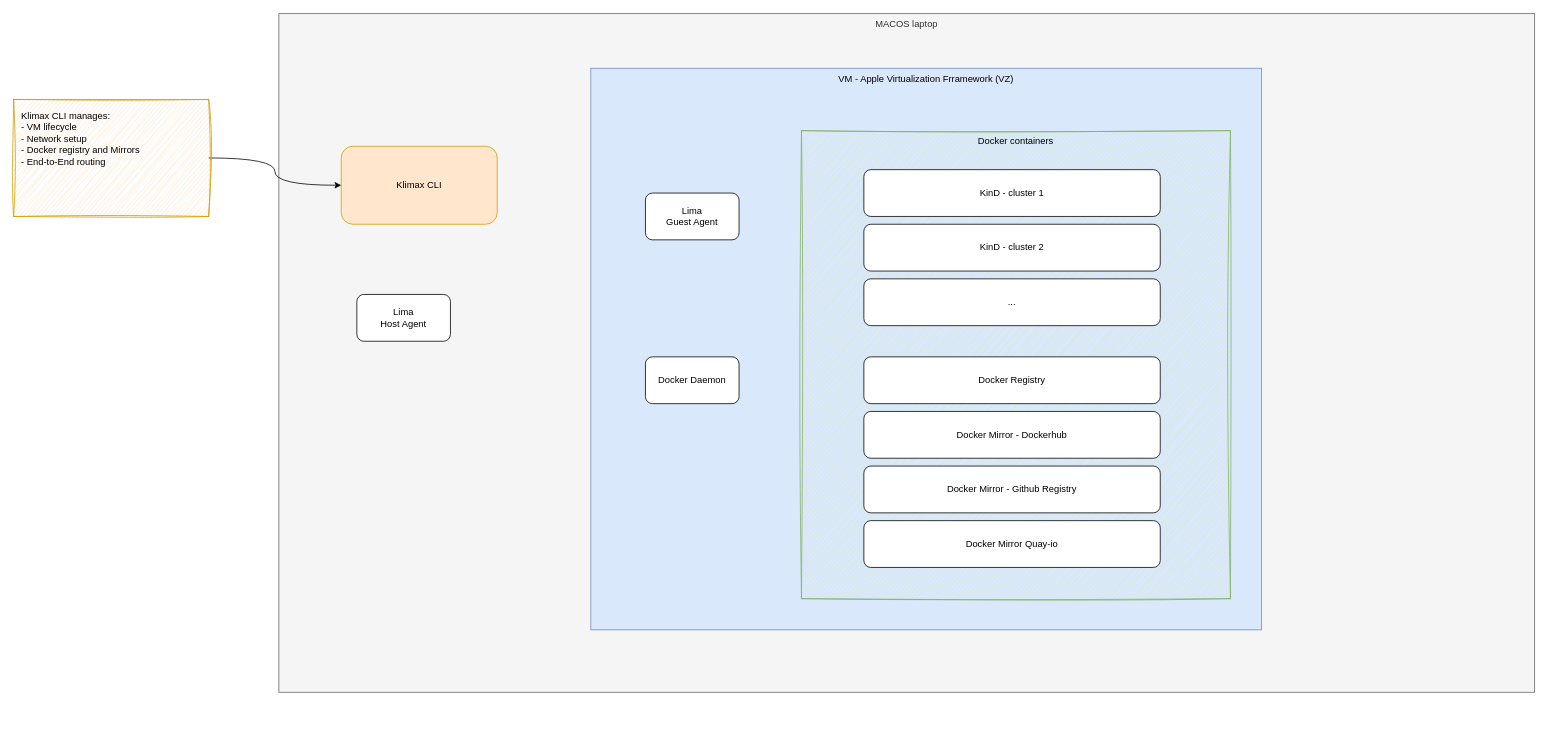
Earlier version of the draw.io diagram docs/KLIMAX - architecture.drawio (bcollard/klimax). Source tidied: cells renumbered, new cells numbered last; positions are measured from the earlier drawing's top-left corner, leaving out a move shared by most shapes. Both pictures are drawn from the tidied source at 78%, with x=0, y=0 at pixel (13, 13).
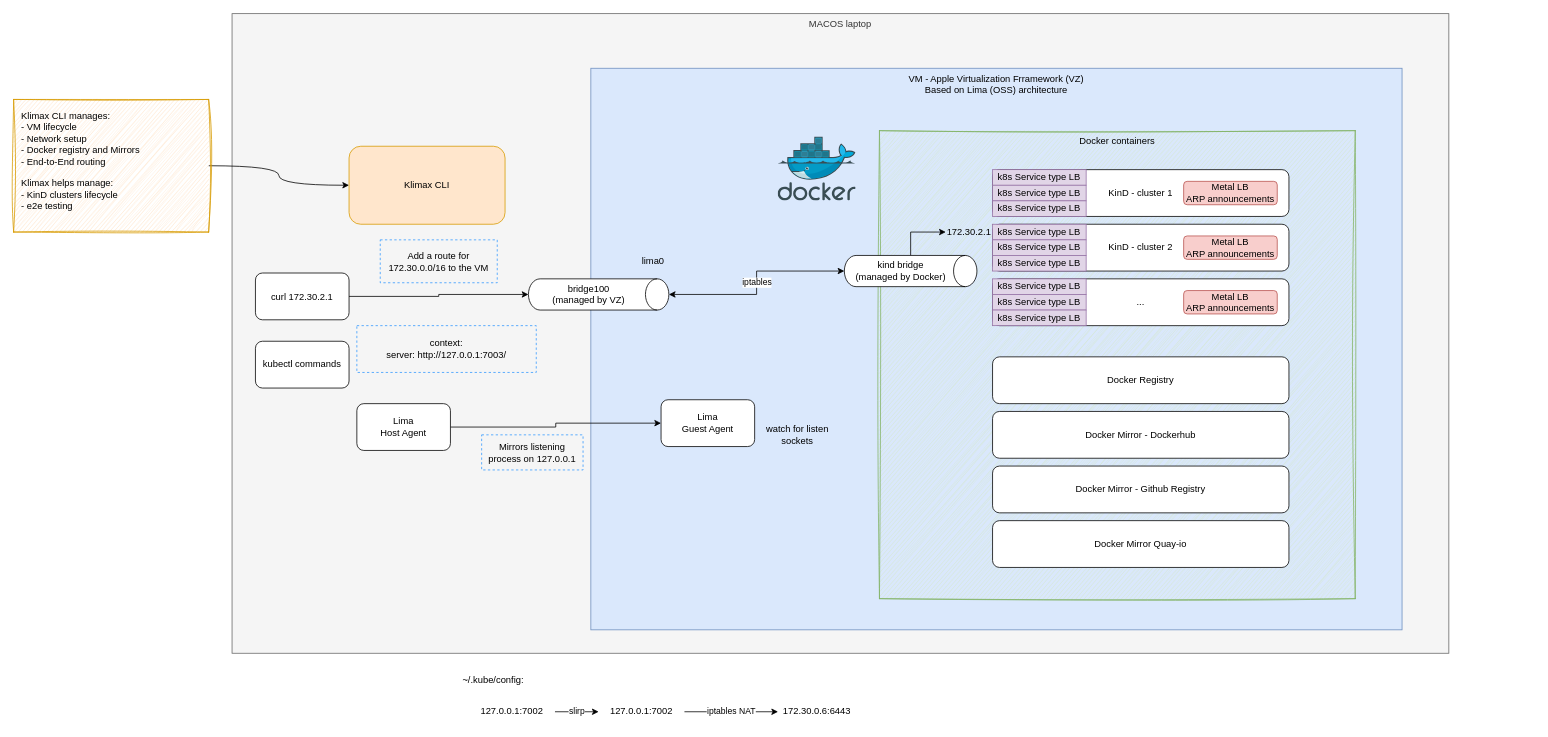
Above is the later version.

The edit, as a diff of the source:
```diff
@@
     <mxCell id="2" value="MACOS laptop" style="rounded=0;whiteSpace=wrap;html=1;verticalAlign=top;fillColor=#f5f5f5;fontColor=#333333;strokeColor=#666666;" parent="1" vertex="1">
-      <mxGeometry x="340" width="1610" height="870" as="geometry" />
+      <mxGeometry x="280" width="1560" height="820" as="geometry" />
     </mxCell>
     <mxCell id="3" value="Klimax CLI" style="rounded=1;whiteSpace=wrap;html=1;fillColor=#ffe6cc;strokeColor=#d79b00;" parent="1" vertex="1">
-      <mxGeometry x="420" y="170" width="200" height="100" as="geometry" />
+      <mxGeometry x="430" y="170" width="200" height="100" as="geometry" />
     </mxCell>
-    <mxCell id="4" value="VM - Apple Virtualization Frramework (VZ)" style="rounded=0;whiteSpace=wrap;html=1;verticalAlign=top;fillColor=#dae8fc;strokeColor=#6c8ebf;" parent="1" vertex="1">
-      <mxGeometry x="740" y="70" width="860" height="720" as="geometry" />
+    <mxCell id="4" value="VM - Apple Virtualization Frramework (VZ)&lt;br&gt;Based on Lima (OSS) architecture" style="rounded=0;whiteSpace=wrap;html=1;verticalAlign=top;fillColor=#dae8fc;strokeColor=#6c8ebf;" parent="1" vertex="1">
+      <mxGeometry x="740" y="70" width="1040" height="720" as="geometry" />
     </mxCell>
-    <mxCell id="5" value="Docker Daemon" style="rounded=1;whiteSpace=wrap;html=1;" parent="1" vertex="1">
-      <mxGeometry x="810" y="440" width="120" height="60" as="geometry" />
-    </mxCell>
     <mxCell id="6" value="Lima&lt;br&gt;Guest Agent" style="rounded=1;whiteSpace=wrap;html=1;" parent="1" vertex="1">
-      <mxGeometry x="810" y="230" width="120" height="60" as="geometry" />
+      <mxGeometry x="830" y="495" width="120" height="60" as="geometry" />
     </mxCell>
+    <mxCell id="18" style="edgeStyle=orthogonalEdgeStyle;rounded=0;jettySize=auto;html=1;entryX=0;entryY=0.5;entryDx=0;entryDy=0;" parent="1" edge="1" source="7" target="6">
+      <mxGeometry relative="1" as="geometry" />
+    </mxCell>
     <mxCell id="7" value="Lima&lt;br&gt;Host Agent" style="rounded=1;whiteSpace=wrap;html=1;" parent="1" vertex="1">
-      <mxGeometry x="440" y="360" width="120" height="60" as="geometry" />
+      <mxGeometry x="440" y="500" width="120" height="60" as="geometry" />
     </mxCell>
     <mxCell id="8" value="Docker containers" style="rounded=0;whiteSpace=wrap;html=1;verticalAlign=top;fillColor=#d5e8d4;strokeColor=#82b366;sketch=1;curveFitting=1;jiggle=2;" parent="1" vertex="1">
-      <mxGeometry x="1010" y="150" width="550" height="600" as="geometry" />
+      <mxGeometry x="1110" y="150" width="610" height="600" as="geometry" />
     </mxCell>
     <mxCell id="9" value="KinD - cluster 1" style="rounded=1;whiteSpace=wrap;html=1;" parent="1" vertex="1">
-      <mxGeometry x="1090" y="200" width="380" height="60" as="geometry" />
+      <mxGeometry x="1255" y="200" width="380" height="60" as="geometry" />
     </mxCell>
     <mxCell id="10" value="KinD - cluster 2" style="rounded=1;whiteSpace=wrap;html=1;" parent="1" vertex="1">
-      <mxGeometry x="1090" y="270" width="380" height="60" as="geometry" />
+      <mxGeometry x="1255" y="270" width="380" height="60" as="geometry" />
     </mxCell>
     <mxCell id="11" value="..." style="rounded=1;whiteSpace=wrap;html=1;" parent="1" vertex="1">
-      <mxGeometry x="1090" y="340" width="380" height="60" as="geometry" />
+      <mxGeometry x="1255" y="340" width="380" height="60" as="geometry" />
     </mxCell>
     <mxCell id="12" value="Docker Registry" style="rounded=1;whiteSpace=wrap;html=1;" parent="1" vertex="1">
-      <mxGeometry x="1090" y="440" width="380" height="60" as="geometry" />
+      <mxGeometry x="1255" y="440" width="380" height="60" as="geometry" />
     </mxCell>
     <mxCell id="13" value="Docker Mirror - Dockerhub" style="rounded=1;whiteSpace=wrap;html=1;" parent="1" vertex="1">
-      <mxGeometry x="1090" y="510" width="380" height="60" as="geometry" />
+      <mxGeometry x="1255" y="510" width="380" height="60" as="geometry" />
     </mxCell>
     <mxCell id="14" value="Docker Mirror - Github Registry" style="rounded=1;whiteSpace=wrap;html=1;" parent="1" vertex="1">
-      <mxGeometry x="1090" y="580" width="380" height="60" as="geometry" />
+      <mxGeometry x="1255" y="580" width="380" height="60" as="geometry" />
     </mxCell>
     <mxCell id="15" value="Docker Mirror Quay-io" style="rounded=1;whiteSpace=wrap;html=1;" parent="1" vertex="1">
-      <mxGeometry x="1090" y="650" width="380" height="60" as="geometry" />
+      <mxGeometry x="1255" y="650" width="380" height="60" as="geometry" />
     </mxCell>
@@
-    <mxCell id="17" value="Klimax CLI manages:&lt;div&gt;- VM lifecycle&lt;br&gt;- Network setup&amp;nbsp;&lt;br&gt;- Docker registry and Mirrors&lt;br&gt;- End-to-End routing&lt;/div&gt;" style="rounded=0;whiteSpace=wrap;html=1;fillColor=#ffe6cc;strokeColor=#d79b00;sketch=1;curveFitting=1;jiggle=2;align=left;verticalAlign=top;spacing=10;" parent="1" vertex="1">
-      <mxGeometry y="110" width="250" height="150" as="geometry" />
+    <mxCell id="17" value="Klimax CLI manages:&lt;div&gt;- VM lifecycle&lt;br&gt;- Network setup&amp;nbsp;&lt;br&gt;- Docker registry and Mirrors&lt;br&gt;- End-to-End routing&lt;br&gt;&lt;br&gt;Klimax helps manage:&lt;br&gt;- KinD clusters lifecycle&lt;br&gt;- e2e testing&lt;/div&gt;" style="rounded=0;whiteSpace=wrap;html=1;fillColor=#ffe6cc;strokeColor=#d79b00;sketch=1;curveFitting=1;jiggle=2;align=left;verticalAlign=top;spacing=10;" parent="1" vertex="1">
+      <mxGeometry y="110" width="250" height="170" as="geometry" />
     </mxCell>
+    <mxCell id="19" value="bridge100&lt;br&gt;(managed by VZ)" style="shape=cylinder3;whiteSpace=wrap;html=1;boundedLbl=1;backgroundOutline=1;size=15;rotation=90;verticalAlign=middle;horizontal=0;" parent="1" vertex="1">
+      <mxGeometry x="730" y="270" width="40" height="180" as="geometry" />
+    </mxCell>
+    <mxCell id="20" value="lima0" style="text;html=1;whiteSpace=wrap;strokeColor=none;fillColor=none;align=center;verticalAlign=middle;rounded=0;" parent="1" vertex="1">
+      <mxGeometry x="790" y="302.5" width="60" height="30" as="geometry" />
+    </mxCell>
+    <mxCell id="21" style="edgeStyle=orthogonalEdgeStyle;rounded=0;jettySize=auto;html=1;entryX=0;entryY=0.5;entryDx=0;entryDy=0;" parent="1" edge="1" source="22" target="41">
+      <mxGeometry relative="1" as="geometry" />
+    </mxCell>
+    <mxCell id="22" value="kind bridge&lt;br&gt;(managed by Docker)" style="shape=cylinder3;whiteSpace=wrap;html=1;boundedLbl=1;backgroundOutline=1;size=15;rotation=90;verticalAlign=middle;horizontal=0;" parent="1" vertex="1">
+      <mxGeometry x="1130" y="245" width="40" height="170" as="geometry" />
+    </mxCell>
+    <mxCell id="23" value="watch for listen sockets" style="text;html=1;whiteSpace=wrap;strokeColor=none;fillColor=none;align=center;verticalAlign=middle;rounded=0;" parent="1" vertex="1">
+      <mxGeometry x="950" y="520" width="110" height="40" as="geometry" />
+    </mxCell>
+    <mxCell id="24" value="Mirrors listening process on 127.0.0.1" style="text;html=1;whiteSpace=wrap;strokeColor=#3399FF;fillColor=none;align=center;verticalAlign=middle;rounded=0;dashed=1;" parent="1" vertex="1">
+      <mxGeometry x="600" y="540" width="130" height="45" as="geometry" />
+    </mxCell>
+    <mxCell id="25" value="Add a route for 172.30.0.0/16 to the VM" style="text;html=1;whiteSpace=wrap;align=center;verticalAlign=middle;rounded=0;strokeColor=#3399FF;dashed=1;" parent="1" vertex="1">
+      <mxGeometry x="470" y="290" width="150" height="55" as="geometry" />
+    </mxCell>
+    <mxCell id="26" value="iptables" style="edgeStyle=orthogonalEdgeStyle;rounded=0;jettySize=auto;html=1;entryX=0.5;entryY=1;entryDx=0;entryDy=0;entryPerimeter=0;startArrow=classic;startFill=1;" parent="1" edge="1" source="19" target="22">
+      <mxGeometry relative="1" as="geometry" />
+    </mxCell>
+    <mxCell id="27" value="curl 172.30.2.1" style="rounded=1;whiteSpace=wrap;html=1;" parent="1" vertex="1">
+      <mxGeometry x="310" y="332.5" width="120" height="60" as="geometry" />
+    </mxCell>
+    <mxCell id="28" style="edgeStyle=orthogonalEdgeStyle;rounded=0;jettySize=auto;html=1;entryX=0.5;entryY=1;entryDx=0;entryDy=0;entryPerimeter=0;" parent="1" edge="1" source="27" target="19">
+      <mxGeometry relative="1" as="geometry" />
+    </mxCell>
+    <mxCell id="29" value="k8s Service type LB" style="rounded=0;whiteSpace=wrap;html=1;fillColor=#e1d5e7;strokeColor=#9673a6;" parent="1" vertex="1">
+      <mxGeometry x="1255" y="270" width="120" height="20" as="geometry" />
+    </mxCell>
+    <mxCell id="30" value="k8s Service type LB" style="rounded=0;whiteSpace=wrap;html=1;fillColor=#e1d5e7;strokeColor=#9673a6;" parent="1" vertex="1">
+      <mxGeometry x="1255" y="290" width="120" height="20" as="geometry" />
+    </mxCell>
+    <mxCell id="31" value="k8s Service type LB" style="rounded=0;whiteSpace=wrap;html=1;fillColor=#e1d5e7;strokeColor=#9673a6;" parent="1" vertex="1">
+      <mxGeometry x="1255" y="310" width="120" height="20" as="geometry" />
+    </mxCell>
+    <mxCell id="32" value="k8s Service type LB" style="rounded=0;whiteSpace=wrap;html=1;fillColor=#e1d5e7;strokeColor=#9673a6;" parent="1" vertex="1">
+      <mxGeometry x="1255" y="200" width="120" height="20" as="geometry" />
+    </mxCell>
+    <mxCell id="33" value="k8s Service type LB" style="rounded=0;whiteSpace=wrap;html=1;fillColor=#e1d5e7;strokeColor=#9673a6;" parent="1" vertex="1">
+      <mxGeometry x="1255" y="220" width="120" height="20" as="geometry" />
+    </mxCell>
+    <mxCell id="34" value="k8s Service type LB" style="rounded=0;whiteSpace=wrap;html=1;fillColor=#e1d5e7;strokeColor=#9673a6;" parent="1" vertex="1">
+      <mxGeometry x="1255" y="240" width="120" height="20" as="geometry" />
+    </mxCell>
+    <mxCell id="35" value="k8s Service type LB" style="rounded=0;whiteSpace=wrap;html=1;fillColor=#e1d5e7;strokeColor=#9673a6;" parent="1" vertex="1">
+      <mxGeometry x="1255" y="340" width="120" height="20" as="geometry" />
+    </mxCell>
+    <mxCell id="36" value="k8s Service type LB" style="rounded=0;whiteSpace=wrap;html=1;fillColor=#e1d5e7;strokeColor=#9673a6;" parent="1" vertex="1">
+      <mxGeometry x="1255" y="360" width="120" height="20" as="geometry" />
+    </mxCell>
+    <mxCell id="37" value="k8s Service type LB" style="rounded=0;whiteSpace=wrap;html=1;fillColor=#e1d5e7;strokeColor=#9673a6;" parent="1" vertex="1">
+      <mxGeometry x="1255" y="380" width="120" height="20" as="geometry" />
+    </mxCell>
+    <mxCell id="38" value="Metal LB&lt;br&gt;ARP announcements" style="rounded=1;whiteSpace=wrap;html=1;fillColor=#f8cecc;strokeColor=#b85450;" parent="1" vertex="1">
+      <mxGeometry x="1500" y="215" width="120" height="30" as="geometry" />
+    </mxCell>
+    <mxCell id="39" value="Metal LB&lt;br&gt;ARP announcements" style="rounded=1;whiteSpace=wrap;html=1;fillColor=#f8cecc;strokeColor=#b85450;" parent="1" vertex="1">
+      <mxGeometry x="1500" y="285" width="120" height="30" as="geometry" />
+    </mxCell>
+    <mxCell id="40" value="Metal LB&lt;br&gt;ARP announcements" style="rounded=1;whiteSpace=wrap;html=1;fillColor=#f8cecc;strokeColor=#b85450;" parent="1" vertex="1">
+      <mxGeometry x="1500" y="355" width="120" height="30" as="geometry" />
+    </mxCell>
+    <mxCell id="41" value="172.30.2.1" style="text;html=1;whiteSpace=wrap;strokeColor=none;fillColor=none;align=center;verticalAlign=middle;rounded=0;" parent="1" vertex="1">
+      <mxGeometry x="1195" y="267.5" width="60" height="25" as="geometry" />
+    </mxCell>
+    <mxCell id="42" value="kubectl commands" style="rounded=1;whiteSpace=wrap;html=1;" parent="1" vertex="1">
+      <mxGeometry x="310" y="420" width="120" height="60" as="geometry" />
+    </mxCell>
+    <mxCell id="43" value="context:&lt;br&gt;server: http://127.0.0.1:7003/" style="text;html=1;whiteSpace=wrap;align=center;verticalAlign=middle;rounded=0;strokeColor=#3399FF;dashed=1;" parent="1" vertex="1">
+      <mxGeometry x="440" y="400" width="230" height="60" as="geometry" />
+    </mxCell>
+    <mxCell id="44" style="image;sketch=0;html=1;align=center;fontSize=12;image=img/lib/mscae/Docker.svg;" parent="1" vertex="1">
+      <mxGeometry x="980" y="158" width="100" height="82" as="geometry" />
+    </mxCell>
+    <mxCell id="45" value="172.30.0.6:6443" style="text;html=1;whiteSpace=wrap;strokeColor=none;fillColor=none;align=center;verticalAlign=middle;rounded=0;" parent="1" vertex="1">
+      <mxGeometry x="980" y="880" width="100" height="30" as="geometry" />
+    </mxCell>
+    <mxCell id="46" value="slirp" style="edgeStyle=orthogonalEdgeStyle;rounded=0;jettySize=auto;html=1;entryX=0;entryY=0.5;entryDx=0;entryDy=0;" parent="1" edge="1" source="47" target="49">
+      <mxGeometry relative="1" as="geometry" />
+    </mxCell>
+    <mxCell id="47" value="127.0.0.1:7002" style="text;html=1;whiteSpace=wrap;strokeColor=none;fillColor=none;align=center;verticalAlign=middle;rounded=0;" parent="1" vertex="1">
+      <mxGeometry x="584" y="880" width="110" height="30" as="geometry" />
+    </mxCell>
+    <mxCell id="48" value="iptables NAT" style="edgeStyle=orthogonalEdgeStyle;rounded=0;jettySize=auto;html=1;entryX=0;entryY=0.5;entryDx=0;entryDy=0;" parent="1" edge="1" source="49" target="45">
+      <mxGeometry relative="1" as="geometry" />
+    </mxCell>
+    <mxCell id="49" value="127.0.0.1:7002" style="text;html=1;whiteSpace=wrap;strokeColor=none;fillColor=none;align=center;verticalAlign=middle;rounded=0;" parent="1" vertex="1">
+      <mxGeometry x="750" y="880" width="110" height="30" as="geometry" />
+    </mxCell>
+    <mxCell id="50" value="~/.kube/config:" style="text;html=1;whiteSpace=wrap;strokeColor=none;fillColor=none;align=center;verticalAlign=middle;rounded=0;" parent="1" vertex="1">
+      <mxGeometry x="560" y="840" width="110" height="30" as="geometry" />
+    </mxCell>
```
